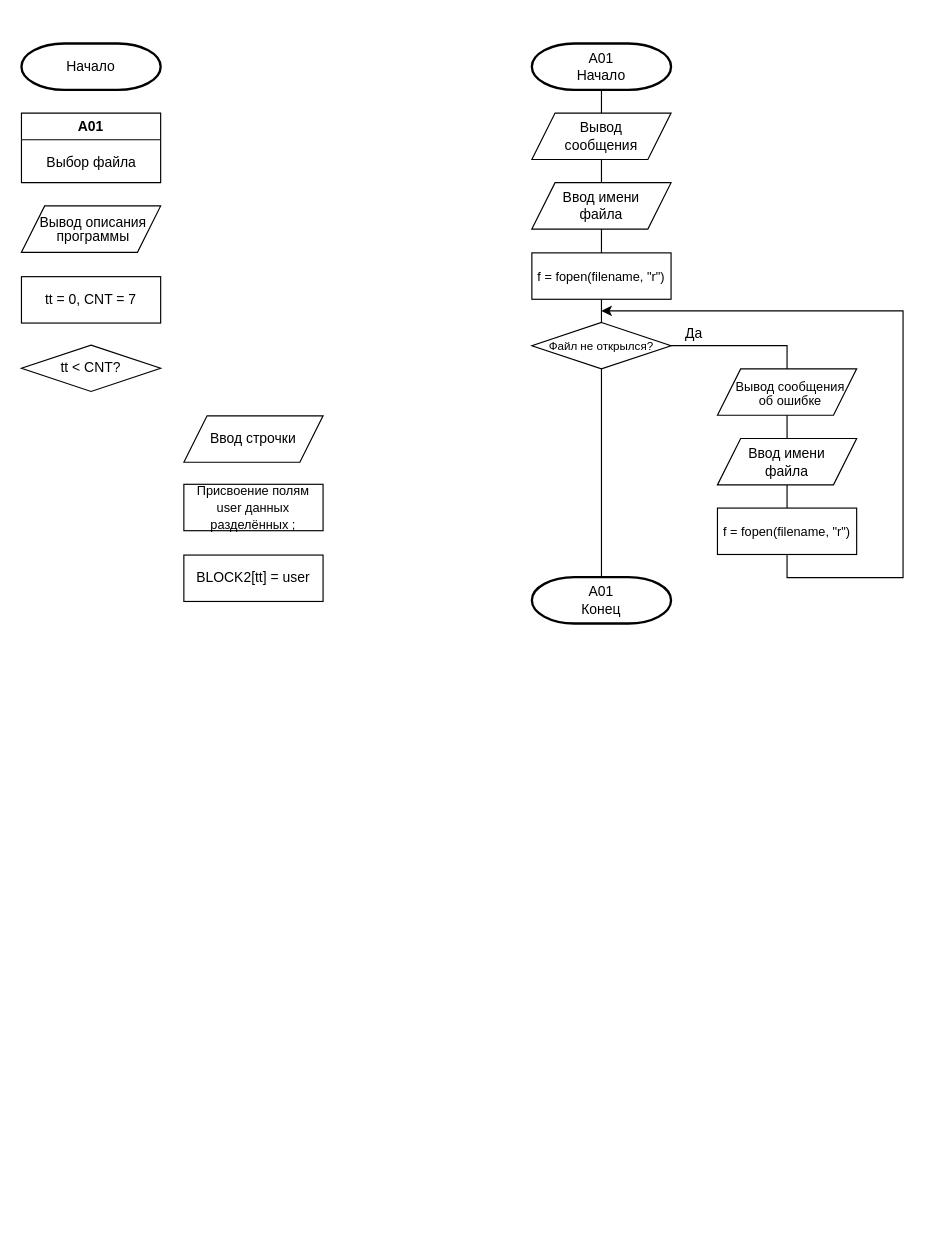
This is Схема алгоритма.drawio from DexTver/LAB_06_06, a draw.io file, before an edit. Source tidied: cells renumbered, new cells numbered last; positions are measured from the earlier drawing's top-left corner, leaving out a move shared by most shapes. Both pictures are drawn from the tidied source at 116%, with x=0, y=0 at pixel (21, 43).
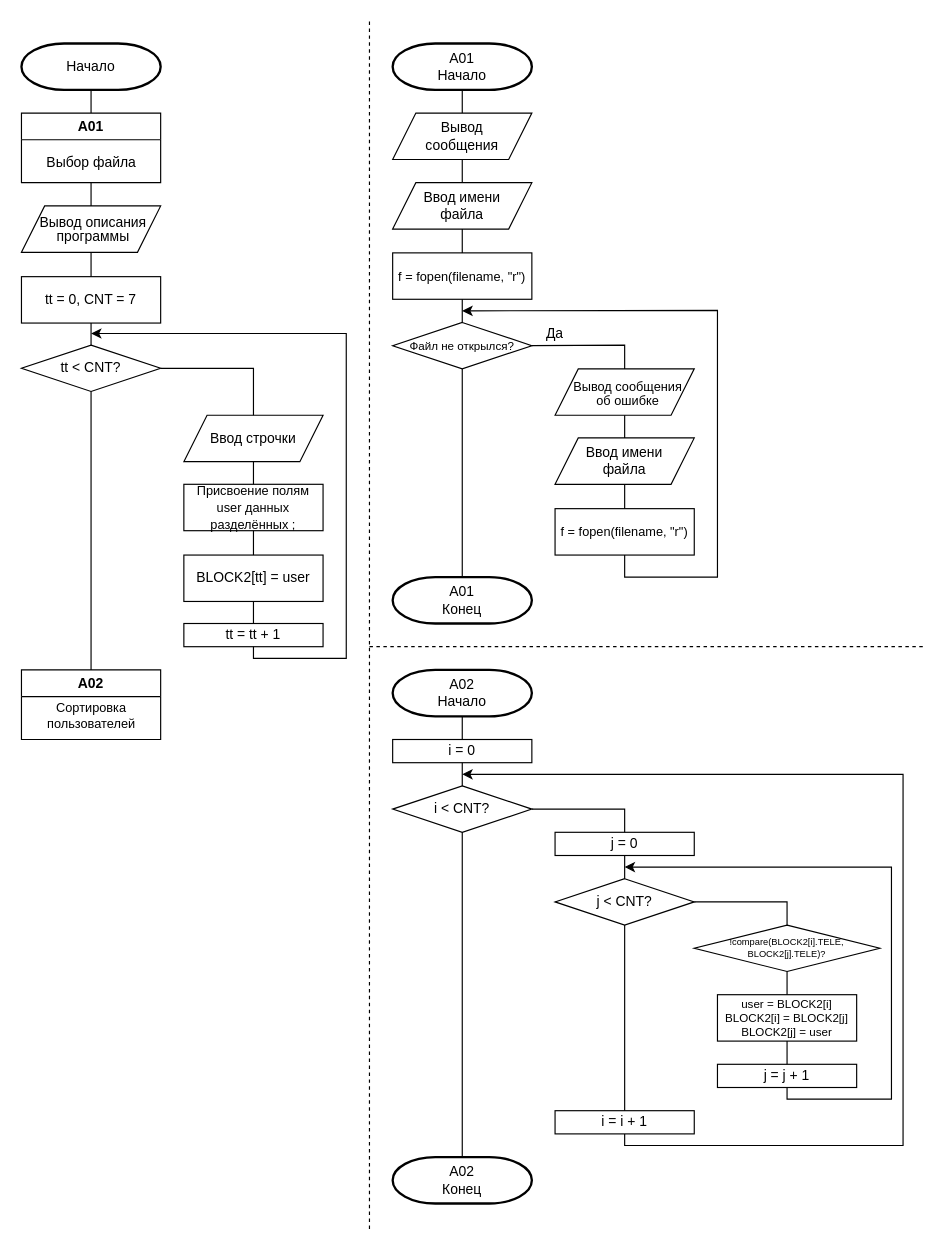
The same page after the edit.

The change refers to these unchanged cells:
```xml
<mxCell id="21" value="Начало" style="strokeWidth=2;html=1;shape=mxgraph.flowchart.terminator;whiteSpace=wrap;" parent="1" vertex="1">
  <mxGeometry width="120" height="40" as="geometry" />
</mxCell>
<mxCell id="22" value="A01" style="swimlane;whiteSpace=wrap;html=1;" parent="1" vertex="1">
  <mxGeometry y="60" width="120" height="60" as="geometry" />
</mxCell>
<mxCell id="24" value="&lt;p style=&quot;line-height: 100%;&quot;&gt;&lt;font style=&quot;font-size: 12px;&quot;&gt;Вывод описания программы&lt;/font&gt;&lt;/p&gt;" style="shape=parallelogram;perimeter=parallelogramPerimeter;whiteSpace=wrap;html=1;fixedSize=1;spacingLeft=4;" parent="1" vertex="1">
  <mxGeometry y="140" width="120" height="40" as="geometry" />
</mxCell>
<mxCell id="25" value="tt = 0, CNT = 7" style="rounded=0;whiteSpace=wrap;html=1;" parent="1" vertex="1">
  <mxGeometry y="201" width="120" height="40" as="geometry" />
</mxCell>
<mxCell id="26" value="tt &amp;lt; CNT?" style="strokeWidth=1;html=1;shape=mxgraph.flowchart.decision;whiteSpace=wrap;" parent="1" vertex="1">
  <mxGeometry y="260" width="120" height="40" as="geometry" />
</mxCell>
<mxCell id="28" value="&lt;font style=&quot;font-size: 11px;&quot;&gt;Присвоение полям user данных разделённых ;&lt;/font&gt;" style="rounded=0;whiteSpace=wrap;html=1;" parent="1" vertex="1">
  <mxGeometry x="140" y="380" width="120" height="40" as="geometry" />
</mxCell>
<mxCell id="29" value="BLOCK2[tt] = user" style="rounded=0;whiteSpace=wrap;html=1;" parent="1" vertex="1">
  <mxGeometry x="140" y="441" width="120" height="40" as="geometry" />
</mxCell>
```

The edit, as a diff of the source:
```diff
@@
     <mxCell id="2" value="A01&lt;br&gt;Начало" style="strokeWidth=2;html=1;shape=mxgraph.flowchart.terminator;whiteSpace=wrap;" parent="1" vertex="1">
-      <mxGeometry x="440" width="120" height="40" as="geometry" />
+      <mxGeometry x="320" width="120" height="40" as="geometry" />
     </mxCell>
     <mxCell id="3" value="Ввод имени файла" style="shape=parallelogram;perimeter=parallelogramPerimeter;whiteSpace=wrap;html=1;fixedSize=1;spacingLeft=10;spacingRight=10;" parent="1" vertex="1">
-      <mxGeometry x="440" y="120" width="120" height="40" as="geometry" />
+      <mxGeometry x="320" y="120" width="120" height="40" as="geometry" />
     </mxCell>
     <mxCell id="4" value="f = fopen(filename, &quot;r&quot;)" style="rounded=0;whiteSpace=wrap;html=1;fontSize=11;" parent="1" vertex="1">
-      <mxGeometry x="440" y="180.5" width="120" height="40" as="geometry" />
+      <mxGeometry x="320" y="180.5" width="120" height="40" as="geometry" />
     </mxCell>
     <mxCell id="5" value="Файл не открылся?" style="strokeWidth=1;html=1;shape=mxgraph.flowchart.decision;whiteSpace=wrap;fontSize=10;" parent="1" vertex="1">
-      <mxGeometry x="440" y="240.5" width="120" height="40" as="geometry" />
+      <mxGeometry x="320" y="240.5" width="120" height="40" as="geometry" />
     </mxCell>
@@
     <mxCell id="8" value="&lt;p style=&quot;line-height: 100%;&quot;&gt;&lt;font style=&quot;font-size: 11px;&quot;&gt;Вывод сообщения об ошибке&lt;/font&gt;&lt;/p&gt;" style="shape=parallelogram;perimeter=parallelogramPerimeter;whiteSpace=wrap;html=1;fixedSize=1;spacingLeft=14;spacingRight=8;" parent="1" vertex="1">
-      <mxGeometry x="600" y="280.5" width="120" height="40" as="geometry" />
+      <mxGeometry x="460" y="280.5" width="120" height="40" as="geometry" />
     </mxCell>
     <mxCell id="9" style="endArrow=none;html=1;rounded=0;entryX=1;entryY=0.5;entryDx=0;entryDy=0;entryPerimeter=0;exitX=0.5;exitY=0;exitDx=0;exitDy=0;" parent="1" edge="1" source="8" target="5">
       <mxGeometry relative="1" as="geometry">
         <Array as="points">
-          <mxPoint x="660" y="260.5" />
+          <mxPoint x="520" y="260" />
         </Array>
       </mxGeometry>
     </mxCell>
     <mxCell id="10" value="Да" style="text;html=1;strokeColor=none;fillColor=none;align=center;verticalAlign=middle;whiteSpace=wrap;rounded=0;" parent="1" vertex="1">
-      <mxGeometry x="550" y="234.5" width="60" height="30" as="geometry" />
+      <mxGeometry x="430" y="234.5" width="60" height="30" as="geometry" />
     </mxCell>
     <mxCell id="11" value="Ввод имени файла" style="shape=parallelogram;perimeter=parallelogramPerimeter;whiteSpace=wrap;html=1;fixedSize=1;spacingLeft=10;spacingRight=10;" parent="1" vertex="1">
-      <mxGeometry x="600" y="340.5" width="120" height="40" as="geometry" />
+      <mxGeometry x="460" y="340" width="120" height="40" as="geometry" />
     </mxCell>
     <mxCell id="12" value="f = fopen(filename, &quot;r&quot;)" style="rounded=0;whiteSpace=wrap;html=1;fontSize=11;" parent="1" vertex="1">
-      <mxGeometry x="600" y="400.5" width="120" height="40" as="geometry" />
+      <mxGeometry x="460" y="401" width="120" height="40" as="geometry" />
     </mxCell>
@@
     <mxCell id="15" style="endArrow=none;html=1;rounded=0;entryX=0.5;entryY=1;entryDx=0;entryDy=0;startArrow=classic;startFill=1;" parent="1" edge="1" target="12">
       <mxGeometry relative="1" as="geometry">
-        <mxPoint x="500" y="230.5" as="sourcePoint" />
+        <mxPoint x="380" y="230.5" as="sourcePoint" />
         <Array as="points">
-          <mxPoint x="760" y="230.5" />
-          <mxPoint x="760" y="460.5" />
-          <mxPoint x="660" y="460.5" />
+          <mxPoint x="600" y="230" />
+          <mxPoint x="600" y="460" />
+          <mxPoint x="520" y="460" />
         </Array>
       </mxGeometry>
     </mxCell>
     <mxCell id="16" value="Вывод сообщения" style="shape=parallelogram;perimeter=parallelogramPerimeter;whiteSpace=wrap;html=1;fixedSize=1;spacingLeft=10;spacingRight=10;" parent="1" vertex="1">
-      <mxGeometry x="440" y="60" width="120" height="40" as="geometry" />
+      <mxGeometry x="320" y="60" width="120" height="40" as="geometry" />
     </mxCell>
@@
     <mxCell id="19" value="A01&lt;br&gt;Конец" style="strokeWidth=2;html=1;shape=mxgraph.flowchart.terminator;whiteSpace=wrap;" parent="1" vertex="1">
-      <mxGeometry x="440" y="460" width="120" height="40" as="geometry" />
+      <mxGeometry x="320" y="460" width="120" height="40" as="geometry" />
     </mxCell>
@@
     <mxCell id="27" value="Ввод строчки" style="shape=parallelogram;perimeter=parallelogramPerimeter;whiteSpace=wrap;html=1;fixedSize=1;" parent="1" vertex="1">
-      <mxGeometry x="140" y="321" width="120" height="40" as="geometry" />
+      <mxGeometry x="140" y="320.5" width="120" height="40" as="geometry" />
     </mxCell>
@@
+    <mxCell id="30" value="A02" style="swimlane;whiteSpace=wrap;html=1;" parent="1" vertex="1">
+      <mxGeometry y="540" width="120" height="60" as="geometry" />
+    </mxCell>
+    <mxCell id="31" value="Сортировка&lt;br&gt;пользователей" style="text;html=1;align=center;verticalAlign=middle;strokeColor=none;fillColor=none;fontSize=11;" parent="30" vertex="1">
+      <mxGeometry x="10" y="20" width="100" height="40" as="geometry" />
+    </mxCell>
+    <mxCell id="32" value="A02&lt;br&gt;Начало" style="strokeWidth=2;html=1;shape=mxgraph.flowchart.terminator;whiteSpace=wrap;" parent="1" vertex="1">
+      <mxGeometry x="320" y="540" width="120" height="40" as="geometry" />
+    </mxCell>
+    <mxCell id="33" value="i = 0" style="rounded=0;whiteSpace=wrap;html=1;" parent="1" vertex="1">
+      <mxGeometry x="320" y="600" width="120" height="20" as="geometry" />
+    </mxCell>
+    <mxCell id="34" value="i &amp;lt; CNT?" style="strokeWidth=1;html=1;shape=mxgraph.flowchart.decision;whiteSpace=wrap;" parent="1" vertex="1">
+      <mxGeometry x="320" y="640" width="120" height="40" as="geometry" />
+    </mxCell>
+    <mxCell id="35" value="j = 0" style="rounded=0;whiteSpace=wrap;html=1;" parent="1" vertex="1">
+      <mxGeometry x="460" y="680" width="120" height="20" as="geometry" />
+    </mxCell>
+    <mxCell id="36" value="j &amp;lt; CNT?" style="strokeWidth=1;html=1;shape=mxgraph.flowchart.decision;whiteSpace=wrap;" parent="1" vertex="1">
+      <mxGeometry x="460" y="720" width="120" height="40" as="geometry" />
+    </mxCell>
+    <mxCell id="37" value="!compare(BLOCK2[i].TELE, BLOCK2[j].TELE)?" style="strokeWidth=1;html=1;shape=mxgraph.flowchart.decision;whiteSpace=wrap;fontSize=8;" parent="1" vertex="1">
+      <mxGeometry x="580" y="760" width="160" height="40" as="geometry" />
+    </mxCell>
+    <mxCell id="38" value="user = BLOCK2[i]&lt;br style=&quot;font-size: 10px;&quot;&gt;BLOCK2[i] = BLOCK2[j]&lt;br style=&quot;font-size: 10px;&quot;&gt;BLOCK2[j] = user" style="rounded=0;whiteSpace=wrap;html=1;fontSize=10;" parent="1" vertex="1">
+      <mxGeometry x="600" y="820" width="120" height="40" as="geometry" />
+    </mxCell>
+    <mxCell id="39" value="A02&lt;br&gt;Конец" style="strokeWidth=2;html=1;shape=mxgraph.flowchart.terminator;whiteSpace=wrap;" parent="1" vertex="1">
+      <mxGeometry x="320" y="960" width="120" height="40" as="geometry" />
+    </mxCell>
+    <mxCell id="40" style="endArrow=none;html=1;rounded=0;entryX=0.5;entryY=1;entryDx=0;entryDy=0;entryPerimeter=0;exitX=0.5;exitY=0;exitDx=0;exitDy=0;" parent="1" edge="1" source="33" target="32">
+      <mxGeometry relative="1" as="geometry" />
+    </mxCell>
+    <mxCell id="41" style="endArrow=none;html=1;rounded=0;entryX=0.5;entryY=1;entryDx=0;entryDy=0;exitX=0.5;exitY=0;exitDx=0;exitDy=0;exitPerimeter=0;" parent="1" edge="1" source="34" target="33">
+      <mxGeometry relative="1" as="geometry" />
+    </mxCell>
+    <mxCell id="42" style="endArrow=none;html=1;rounded=0;entryX=1;entryY=0.5;entryDx=0;entryDy=0;entryPerimeter=0;exitX=0.5;exitY=0;exitDx=0;exitDy=0;" parent="1" edge="1" source="35" target="34">
+      <mxGeometry relative="1" as="geometry">
+        <Array as="points">
+          <mxPoint x="520" y="660" />
+        </Array>
+      </mxGeometry>
+    </mxCell>
+    <mxCell id="43" style="endArrow=none;html=1;rounded=0;entryX=0.5;entryY=1;entryDx=0;entryDy=0;entryPerimeter=0;exitX=0.5;exitY=0;exitDx=0;exitDy=0;exitPerimeter=0;" parent="1" edge="1" source="39" target="34">
+      <mxGeometry relative="1" as="geometry" />
+    </mxCell>
+    <mxCell id="44" style="endArrow=none;html=1;rounded=0;entryX=0.5;entryY=1;entryDx=0;entryDy=0;exitX=0.5;exitY=0;exitDx=0;exitDy=0;exitPerimeter=0;" parent="1" edge="1" source="36" target="35">
+      <mxGeometry relative="1" as="geometry" />
+    </mxCell>
+    <mxCell id="45" style="endArrow=none;html=1;rounded=0;entryX=1;entryY=0.5;entryDx=0;entryDy=0;entryPerimeter=0;exitX=0.5;exitY=0;exitDx=0;exitDy=0;exitPerimeter=0;" parent="1" edge="1" source="37" target="36">
+      <mxGeometry relative="1" as="geometry">
+        <Array as="points">
+          <mxPoint x="660" y="740" />
+        </Array>
+      </mxGeometry>
+    </mxCell>
+    <mxCell id="46" value="j = j + 1" style="rounded=0;whiteSpace=wrap;html=1;" parent="1" vertex="1">
+      <mxGeometry x="600" y="880" width="120" height="20" as="geometry" />
+    </mxCell>
+    <mxCell id="47" value="i = i + 1" style="rounded=0;whiteSpace=wrap;html=1;" parent="1" vertex="1">
+      <mxGeometry x="460" y="920" width="120" height="20" as="geometry" />
+    </mxCell>
+    <mxCell id="48" style="endArrow=none;html=1;rounded=0;entryX=0.5;entryY=1;entryDx=0;entryDy=0;entryPerimeter=0;exitX=0.5;exitY=0;exitDx=0;exitDy=0;" parent="1" edge="1" source="47" target="36">
+      <mxGeometry relative="1" as="geometry" />
+    </mxCell>
+    <mxCell id="49" style="endArrow=none;html=1;rounded=0;entryX=0.5;entryY=1;entryDx=0;entryDy=0;entryPerimeter=0;exitX=0.5;exitY=0;exitDx=0;exitDy=0;" parent="1" edge="1" source="38" target="37">
+      <mxGeometry relative="1" as="geometry" />
+    </mxCell>
+    <mxCell id="50" style="endArrow=none;html=1;rounded=0;entryX=0.5;entryY=1;entryDx=0;entryDy=0;exitX=0.5;exitY=0;exitDx=0;exitDy=0;" parent="1" edge="1" source="46" target="38">
+      <mxGeometry relative="1" as="geometry" />
+    </mxCell>
+    <mxCell id="51" style="endArrow=none;html=1;rounded=0;entryX=0.5;entryY=1;entryDx=0;entryDy=0;endFill=0;startArrow=classic;startFill=1;" parent="1" edge="1" target="47">
+      <mxGeometry relative="1" as="geometry">
+        <mxPoint x="380" y="630" as="sourcePoint" />
+        <Array as="points">
+          <mxPoint x="760" y="630" />
+          <mxPoint x="760" y="950" />
+          <mxPoint x="520" y="950" />
+        </Array>
+      </mxGeometry>
+    </mxCell>
+    <mxCell id="52" style="endArrow=none;html=1;rounded=0;entryX=0.5;entryY=1;entryDx=0;entryDy=0;startArrow=classic;startFill=1;" parent="1" edge="1" target="46">
+      <mxGeometry relative="1" as="geometry">
+        <mxPoint x="520" y="710" as="sourcePoint" />
+        <Array as="points">
+          <mxPoint x="750" y="710" />
+          <mxPoint x="750" y="910" />
+          <mxPoint x="660" y="910" />
+        </Array>
+      </mxGeometry>
+    </mxCell>
+    <mxCell id="53" value="tt = tt + 1" style="rounded=0;whiteSpace=wrap;html=1;" parent="1" vertex="1">
+      <mxGeometry x="140" y="500" width="120" height="20" as="geometry" />
+    </mxCell>
+    <mxCell id="54" style="endArrow=none;html=1;rounded=0;entryX=0.5;entryY=1;entryDx=0;entryDy=0;startArrow=classic;startFill=1;" parent="1" edge="1" target="53">
+      <mxGeometry relative="1" as="geometry">
+        <mxPoint x="60" y="250" as="sourcePoint" />
+        <Array as="points">
+          <mxPoint x="280" y="250" />
+          <mxPoint x="280" y="530" />
+          <mxPoint x="200" y="530" />
+        </Array>
+      </mxGeometry>
+    </mxCell>
+    <mxCell id="55" style="endArrow=none;html=1;rounded=0;entryX=0.5;entryY=1;entryDx=0;entryDy=0;exitX=0.5;exitY=0;exitDx=0;exitDy=0;exitPerimeter=0;" parent="1" edge="1" source="26" target="25">
+      <mxGeometry relative="1" as="geometry" />
+    </mxCell>
+    <mxCell id="56" style="endArrow=none;html=1;rounded=0;entryX=0.5;entryY=1;entryDx=0;entryDy=0;entryPerimeter=0;exitX=0.5;exitY=0;exitDx=0;exitDy=0;" parent="1" edge="1" source="30" target="26">
+      <mxGeometry relative="1" as="geometry" />
+    </mxCell>
+    <mxCell id="57" style="endArrow=none;html=1;rounded=0;entryX=1;entryY=0.5;entryDx=0;entryDy=0;entryPerimeter=0;exitX=0.5;exitY=0;exitDx=0;exitDy=0;" parent="1" edge="1" source="27" target="26">
+      <mxGeometry relative="1" as="geometry">
+        <Array as="points">
+          <mxPoint x="200" y="280" />
+        </Array>
+      </mxGeometry>
+    </mxCell>
+    <mxCell id="58" style="endArrow=none;html=1;rounded=0;entryX=0.5;entryY=1;entryDx=0;entryDy=0;exitX=0.5;exitY=0;exitDx=0;exitDy=0;" parent="1" edge="1" source="28" target="27">
+      <mxGeometry relative="1" as="geometry" />
+    </mxCell>
+    <mxCell id="59" style="endArrow=none;html=1;rounded=0;entryX=0.5;entryY=1;entryDx=0;entryDy=0;exitX=0.5;exitY=0;exitDx=0;exitDy=0;" parent="1" edge="1" source="29" target="28">
+      <mxGeometry relative="1" as="geometry" />
+    </mxCell>
+    <mxCell id="60" style="endArrow=none;html=1;rounded=0;entryX=0.5;entryY=1;entryDx=0;entryDy=0;exitX=0.5;exitY=0;exitDx=0;exitDy=0;" parent="1" edge="1" source="53" target="29">
+      <mxGeometry relative="1" as="geometry" />
+    </mxCell>
+    <mxCell id="61" style="endArrow=none;html=1;rounded=0;entryX=0.5;entryY=1;entryDx=0;entryDy=0;entryPerimeter=0;exitX=0.5;exitY=0;exitDx=0;exitDy=0;" parent="1" edge="1" source="22" target="21">
+      <mxGeometry relative="1" as="geometry" />
+    </mxCell>
+    <mxCell id="62" style="endArrow=none;html=1;rounded=0;entryX=0.5;entryY=1;entryDx=0;entryDy=0;exitX=0.5;exitY=0;exitDx=0;exitDy=0;" parent="1" edge="1" source="24" target="22">
+      <mxGeometry relative="1" as="geometry" />
+    </mxCell>
+    <mxCell id="63" style="endArrow=none;html=1;rounded=0;entryX=0.5;entryY=1;entryDx=0;entryDy=0;exitX=0.5;exitY=0;exitDx=0;exitDy=0;" parent="1" edge="1" source="25" target="24">
+      <mxGeometry relative="1" as="geometry" />
+    </mxCell>
+    <mxCell id="64" style="endArrow=none;dashed=1;html=1;rounded=0;" parent="1" edge="1">
+      <mxGeometry relative="1" as="geometry">
+        <mxPoint x="300" y="1022" as="sourcePoint" />
+        <mxPoint x="300" y="-20" as="targetPoint" />
+      </mxGeometry>
+    </mxCell>
+    <mxCell id="65" style="endArrow=none;dashed=1;html=1;rounded=0;" parent="1" edge="1">
+      <mxGeometry relative="1" as="geometry">
+        <mxPoint x="300" y="520" as="sourcePoint" />
+        <mxPoint x="780" y="520" as="targetPoint" />
+      </mxGeometry>
+    </mxCell>
```
